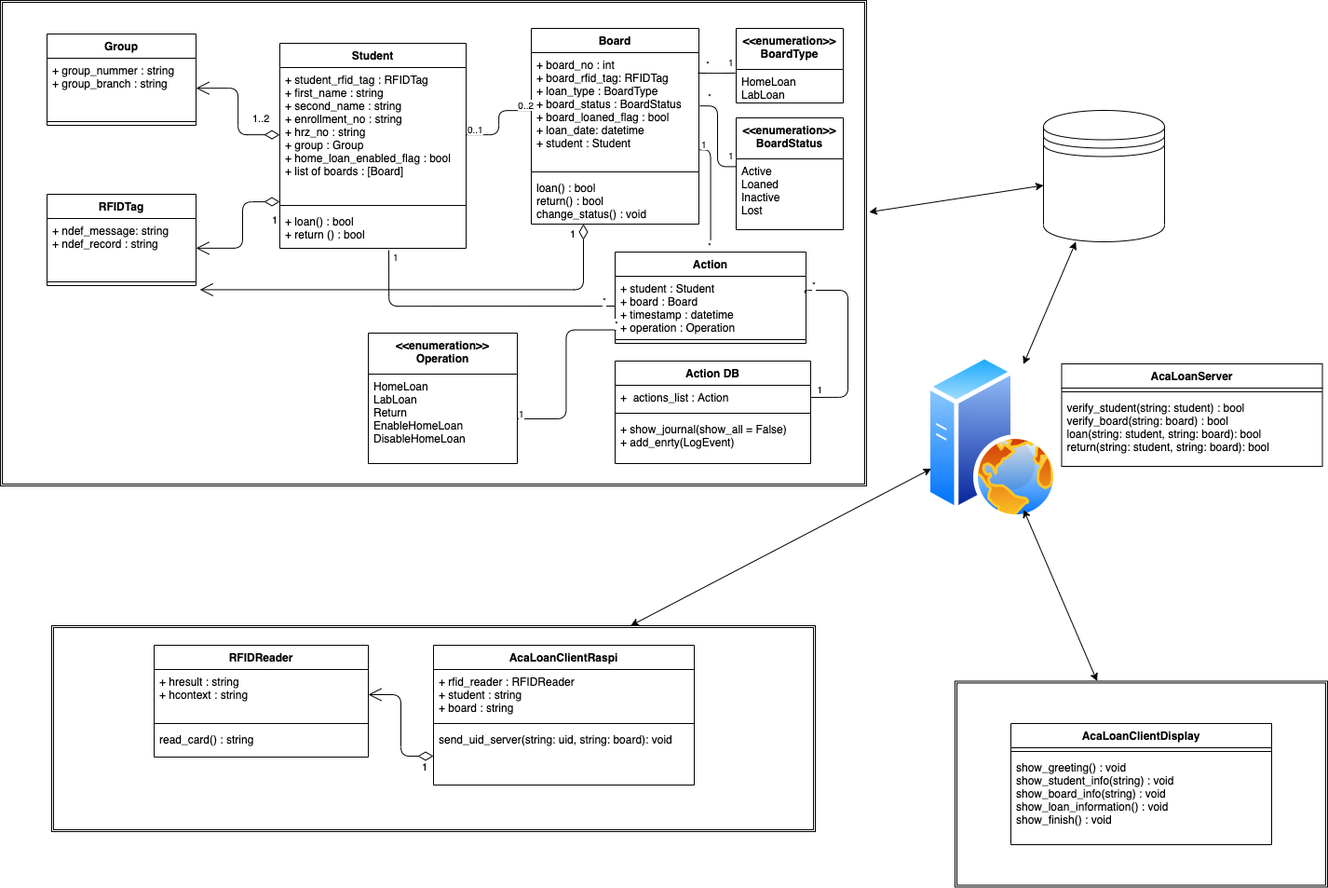
Above: Bachelor_Thesis_LaTEX/gfx/Class_Diagram.png in oleksa-oleksa/BachelorThesis_WebApp (draw.io), before the change. Source tidied: cells renumbered, new cells last; positions are measured from the earlier drawing's top-left corner, leaving out a move shared by most shapes.
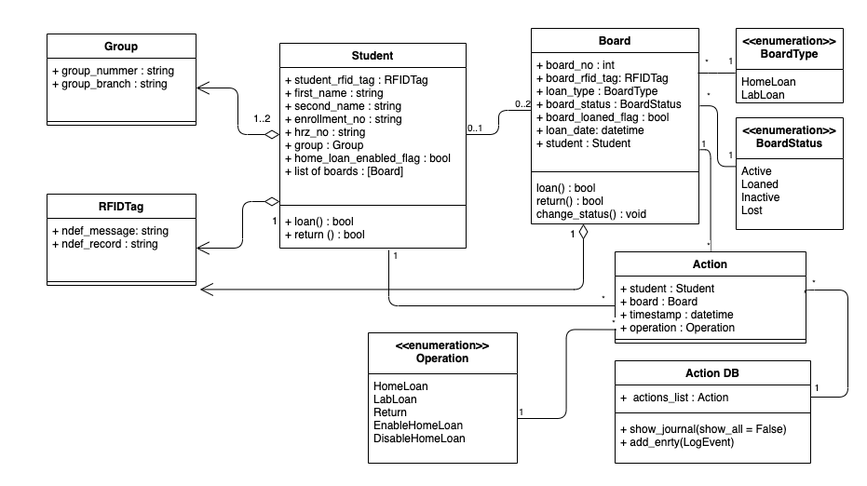
The same file after the commit.

Commit message:
chapter 3. Finite State Machine Diagram added. TODO: Finish Chapter 4

What changed in the source:
```diff
@@ -2,7 +2,7 @@
   <root>
     <mxCell id="0" />
     <mxCell id="1" parent="0" />
-    <mxCell id="2" style="shape=ext;double=1;rounded=0;whiteSpace=wrap;html=1;" parent="1" vertex="1">
+    <mxCell id="2" style="shape=ext;double=1;rounded=0;whiteSpace=wrap;html=1;strokeWidth=1;strokeColor=#FFFFFF;" parent="1" vertex="1">
       <mxGeometry width="930" height="521" as="geometry" />
     </mxCell>
     <mxCell id="3" value="Board" style="swimlane;fontStyle=1;align=center;verticalAlign=top;horizontal=1;startSize=26;" parent="1" vertex="1">
@@ -62,9 +62,6 @@
     <mxCell id="19" value="1..2" style="endArrow=open;html=1;endSize=12;startArrow=diamondThin;startSize=14;startFill=0;edgeStyle=orthogonalEdgeStyle;align=left;verticalAlign=bottom;" parent="1" edge="1" source="15" target="8">
       <mxGeometry x="-0.57" y="-8" relative="1" as="geometry" />
     </mxCell>
-    <mxCell id="20" style="shape=ext;double=1;rounded=0;whiteSpace=wrap;html=1;" parent="1" vertex="1">
-      <mxGeometry x="55" y="671" width="820" height="221" as="geometry" />
-    </mxCell>
     <mxCell id="21" value="RFIDTag" style="swimlane;fontStyle=1;align=center;verticalAlign=top;horizontal=1;startSize=26;" parent="1" vertex="1">
       <mxGeometry x="50" y="208" width="160" height="98" as="geometry" />
     </mxCell>
@@ -82,72 +79,6 @@
         </Array>
       </mxGeometry>
     </mxCell>
-    <mxCell id="25" style="shape=datastore;whiteSpace=wrap;html=1;" parent="1" vertex="1">
-      <mxGeometry x="1120" y="118" width="130" height="141" as="geometry" />
-    </mxCell>
-    <mxCell id="26" style="endArrow=classic;startArrow=classic;html=1;exitX=1.003;exitY=0.436;exitDx=0;exitDy=0;exitPerimeter=0;" parent="1" edge="1" source="2" target="25">
-      <mxGeometry relative="1" as="geometry" />
-    </mxCell>
-    <mxCell id="27" value="RFIDReader" style="swimlane;fontStyle=1;align=center;verticalAlign=top;horizontal=1;startSize=26;" parent="1" vertex="1">
-      <mxGeometry x="165" y="692" width="230" height="120" as="geometry" />
-    </mxCell>
-    <mxCell id="28" value="+ hresult : string&#10;+ hcontext : string" style="text;strokeColor=none;fillColor=none;align=left;verticalAlign=top;spacingLeft=4;spacingRight=4;overflow=hidden;points=[[0,0.5],[1,0.5]];portConstraint=eastwest;" parent="27" vertex="1">
-      <mxGeometry y="26" width="230" height="54" as="geometry" />
-    </mxCell>
-    <mxCell id="29" style="line;strokeWidth=1;fillColor=none;align=left;verticalAlign=middle;spacingTop=-1;spacingLeft=3;spacingRight=3;labelPosition=right;" parent="27" vertex="1">
-      <mxGeometry y="80" width="230" height="8" as="geometry" />
-    </mxCell>
-    <mxCell id="30" value="read_card() : string&#10;" style="text;strokeColor=none;fillColor=none;align=left;verticalAlign=top;spacingLeft=4;spacingRight=4;overflow=hidden;" parent="27" vertex="1">
-      <mxGeometry y="88" width="230" height="32" as="geometry" />
-    </mxCell>
-    <mxCell id="31" style="perimeter=ellipsePerimeter;html=1;align=center;shadow=0;dashed=0;spacingTop=3;image;image=img/lib/active_directory/web_server.svg;" parent="1" vertex="1">
-      <mxGeometry x="994" y="380" width="142" height="177" as="geometry" />
-    </mxCell>
-    <mxCell id="32" style="endArrow=classic;startArrow=classic;html=1;" parent="1" edge="1" source="25" target="31">
-      <mxGeometry relative="1" as="geometry" />
-    </mxCell>
-    <mxCell id="33" style="endArrow=classic;startArrow=classic;html=1;" parent="1" edge="1" source="20" target="31">
-      <mxGeometry relative="1" as="geometry" />
-    </mxCell>
-    <mxCell id="34" value="AcaLoanClientRaspi" style="swimlane;fontStyle=1;align=center;verticalAlign=top;horizontal=1;startSize=26;" parent="1" vertex="1">
-      <mxGeometry x="465" y="692" width="280" height="150" as="geometry" />
-    </mxCell>
-    <mxCell id="35" value="+ rfid_reader : RFIDReader&#10;+ student : string&#10;+ board : string&#10;" style="text;strokeColor=none;fillColor=none;align=left;verticalAlign=top;spacingLeft=4;spacingRight=4;overflow=hidden;" parent="34" vertex="1">
-      <mxGeometry y="26" width="280" height="54" as="geometry" />
-    </mxCell>
-    <mxCell id="36" style="line;strokeWidth=1;fillColor=none;align=left;verticalAlign=middle;spacingTop=-1;spacingLeft=3;spacingRight=3;labelPosition=right;" parent="34" vertex="1">
-      <mxGeometry y="80" width="280" height="8" as="geometry" />
-    </mxCell>
-    <mxCell id="37" value="send_uid_server(string: uid, string: board): void" style="text;strokeColor=none;fillColor=none;align=left;verticalAlign=top;spacingLeft=4;spacingRight=4;overflow=hidden;points=[[0,0.5],[1,0.5]];portConstraint=eastwest;" parent="34" vertex="1">
-      <mxGeometry y="88" width="280" height="62" as="geometry" />
-    </mxCell>
-    <mxCell id="38" value="AcaLoanServer" style="swimlane;fontStyle=1;align=center;verticalAlign=top;horizontal=1;startSize=26;" parent="1" vertex="1">
-      <mxGeometry x="1139.5" y="390" width="280" height="110" as="geometry" />
-    </mxCell>
-    <mxCell id="39" style="line;strokeWidth=1;fillColor=none;align=left;verticalAlign=middle;spacingTop=-1;spacingLeft=3;spacingRight=3;labelPosition=right;" parent="38" vertex="1">
-      <mxGeometry y="26" width="280" height="8" as="geometry" />
-    </mxCell>
-    <mxCell id="40" value="verify_student(string: student) : bool&#10;verify_board(string: board) : bool&#10;loan(string: student, string: board): bool&#10;return(string: student, string: board): bool" style="text;strokeColor=none;fillColor=none;align=left;verticalAlign=top;spacingLeft=4;spacingRight=4;overflow=hidden;" parent="38" vertex="1">
-      <mxGeometry y="34" width="280" height="76" as="geometry" />
-    </mxCell>
-    <mxCell id="41" value="1" style="endArrow=open;html=1;endSize=12;startArrow=diamondThin;startSize=14;startFill=0;edgeStyle=orthogonalEdgeStyle;align=left;verticalAlign=bottom;" parent="1" edge="1" source="37" target="28">
-      <mxGeometry x="-0.79" y="21" relative="1" as="geometry" />
-    </mxCell>
-    <mxCell id="42" style="shape=ext;double=1;rounded=0;whiteSpace=wrap;html=1;" parent="1" vertex="1">
-      <mxGeometry x="1025" y="730.5" width="400" height="221" as="geometry" />
-    </mxCell>
-    <mxCell id="43" value="AcaLoanClientDisplay" style="swimlane;fontStyle=1;align=center;verticalAlign=top;horizontal=1;startSize=26;" parent="1" vertex="1">
-      <mxGeometry x="1085" y="776" width="280" height="130" as="geometry" />
-    </mxCell>
-    <mxCell id="44" style="line;strokeWidth=1;fillColor=none;align=left;verticalAlign=middle;spacingTop=-1;spacingLeft=3;spacingRight=3;labelPosition=right;" parent="43" vertex="1">
-      <mxGeometry y="26" width="280" height="8" as="geometry" />
-    </mxCell>
-    <mxCell id="45" value="show_greeting() : void&#10;show_student_info(string) : void&#10;show_board_info(string) : void&#10;show_loan_information() : void&#10;show_finish() : void" style="text;strokeColor=none;fillColor=none;align=left;verticalAlign=top;spacingLeft=4;spacingRight=4;overflow=hidden;" parent="43" vertex="1">
-      <mxGeometry y="34" width="280" height="96" as="geometry" />
-    </mxCell>
-    <mxCell id="46" style="endArrow=classic;startArrow=classic;html=1;" parent="1" edge="1" source="42" target="31">
-      <mxGeometry relative="1" as="geometry" />
-    </mxCell>
     <mxCell id="47" value="Action" style="swimlane;fontStyle=1;align=center;verticalAlign=top;horizontal=1;startSize=26;" parent="1" vertex="1">
       <mxGeometry x="660" y="270" width="205" height="98" as="geometry" />
     </mxCell>
```
